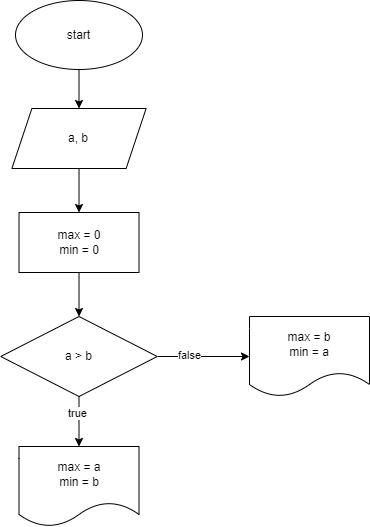
Before: task1/diagram1.drawio.png, a diagram exported from draw.io (Chasik335/work_C-). Source tidied: cells renumbered, new cells last; positions are measured from the earlier drawing's top-left corner, leaving out a move shared by most shapes.
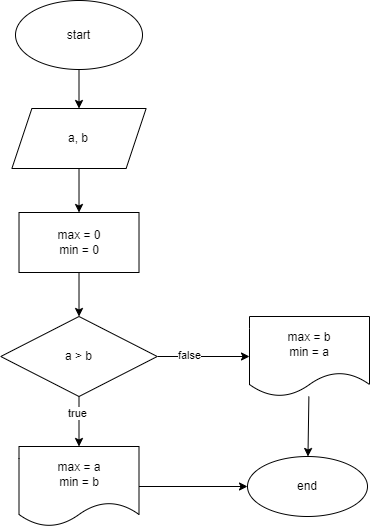
Above is the later version.

Commit message:
создал файл второй диаграммы и добавил (end) в первуб диаграмму

Change to the diagram source:
```diff
@@ -35,11 +35,20 @@
     <mxCell id="12" value="max = 0&lt;br&gt;min = 0" style="whiteSpace=wrap;html=1;" parent="1" vertex="1">
       <mxGeometry x="18.5" y="212" width="120" height="60" as="geometry" />
     </mxCell>
+    <mxCell id="15" style="edgeStyle=none;html=1;entryX=0;entryY=0.5;entryDx=0;entryDy=0;" parent="1" edge="1" source="13" target="17">
+      <mxGeometry relative="1" as="geometry" />
+    </mxCell>
     <mxCell id="13" value="max = a&lt;br&gt;min = b" style="shape=document;whiteSpace=wrap;html=1;boundedLbl=1;" parent="1" vertex="1">
       <mxGeometry x="18.5" y="446" width="120" height="80" as="geometry" />
     </mxCell>
+    <mxCell id="16" style="edgeStyle=none;html=1;" parent="1" edge="1" source="14" target="17">
+      <mxGeometry relative="1" as="geometry" />
+    </mxCell>
     <mxCell id="14" value="max = b&lt;br&gt;min = a" style="shape=document;whiteSpace=wrap;html=1;boundedLbl=1;" parent="1" vertex="1">
       <mxGeometry x="249" y="316" width="120" height="80" as="geometry" />
     </mxCell>
+    <mxCell id="17" value="end" style="ellipse;whiteSpace=wrap;html=1;" parent="1" vertex="1">
+      <mxGeometry x="247" y="456" width="120" height="60" as="geometry" />
+    </mxCell>
   </root>
 </mxGraphModel>
```
